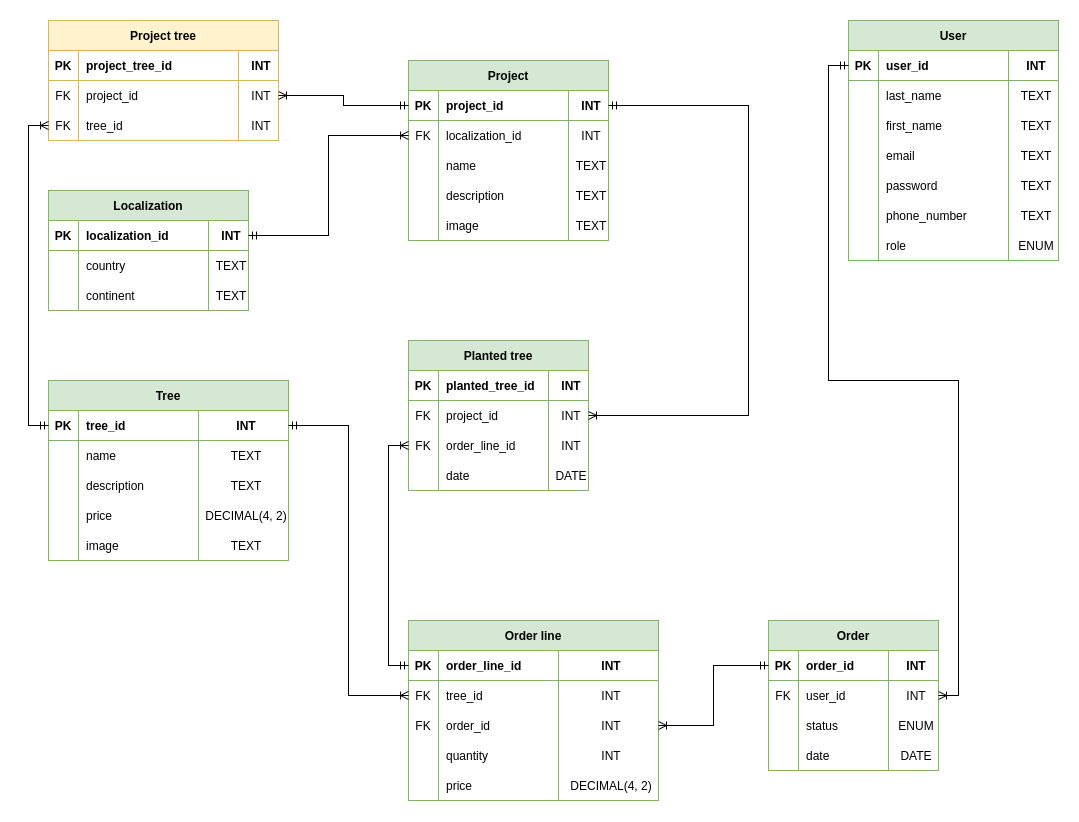
The draw.io diagram conception/data_models/documents/ERD.png in ChloeGarciaMillerand/GreenRoots_Freyja, before a commit. Source tidied: cells renumbered, new cells last; positions are measured from the earlier drawing's top-left corner, leaving out a move shared by most shapes.
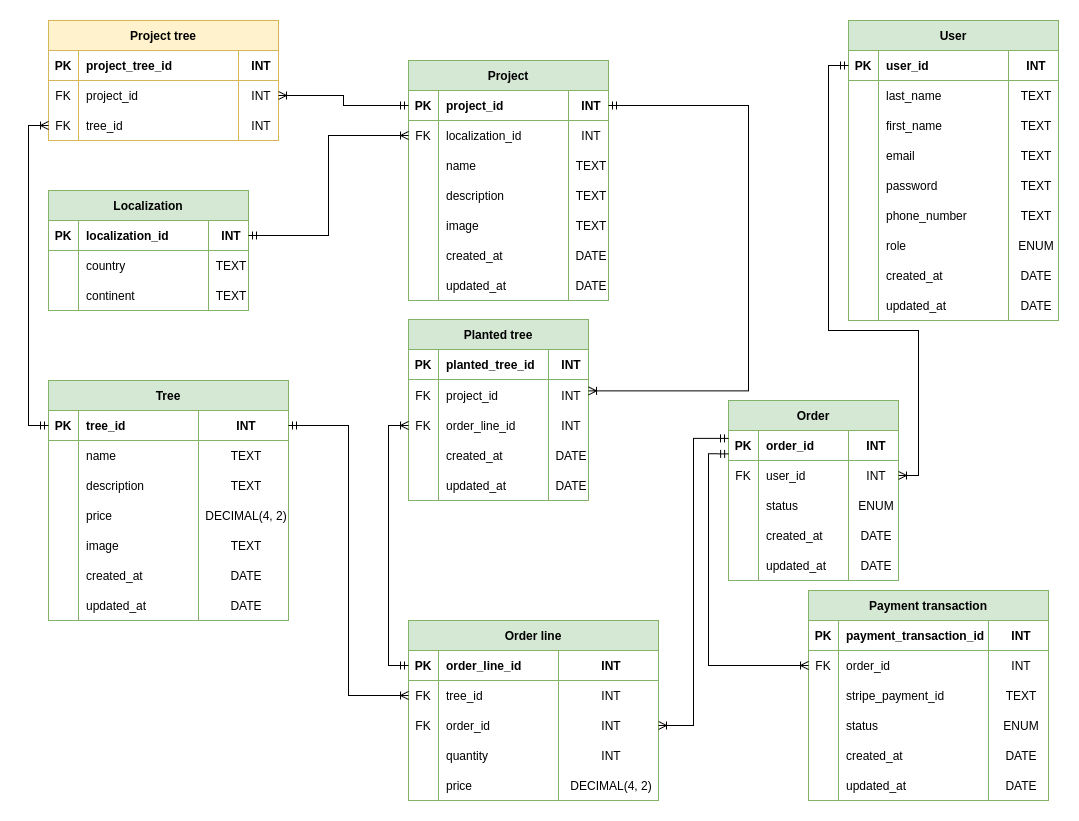
Above is the later version.

Commit message:
docs: add payment transaction table and dates in ERD

What changed in the source:
```diff
@@ -5,3 +5,3 @@
     <mxCell id="2" value="Project" style="shape=table;startSize=30;rowLines=0;fontStyle=1;align=center;fillColor=#d5e8d4;strokeColor=#82b366;" parent="1" vertex="1">
-      <mxGeometry x="360" y="40" width="200" height="180" as="geometry" />
+      <mxGeometry x="360" y="40" width="200" height="240" as="geometry" />
     </mxCell>
@@ -67,4 +67,28 @@
     </mxCell>
+    <mxCell id="162" style="shape=partialRectangle;fillColor=none;top=0;left=0;right=0;bottom=0;" parent="2" vertex="1">
+      <mxGeometry y="180" width="200" height="30" as="geometry" />
+    </mxCell>
+    <mxCell id="163" style="shape=partialRectangle;overflow=hidden;fillColor=none;top=0;left=0;bottom=0;right=0;" parent="162" vertex="1">
+      <mxGeometry width="30" height="30" as="geometry" />
+    </mxCell>
+    <mxCell id="164" value="created_at" style="shape=partialRectangle;overflow=hidden;fillColor=none;top=0;left=0;bottom=0;right=0;align=left;spacingLeft=6;" parent="162" vertex="1">
+      <mxGeometry x="30" width="130" height="30" as="geometry" />
+    </mxCell>
+    <mxCell id="165" value="DATE" style="shape=partialRectangle;overflow=hidden;fillColor=none;top=0;left=0;bottom=0;right=0;align=center;spacingLeft=6;" parent="162" vertex="1">
+      <mxGeometry x="160" width="40" height="30" as="geometry" />
+    </mxCell>
+    <mxCell id="166" style="shape=partialRectangle;fillColor=none;top=0;left=0;right=0;bottom=0;" parent="2" vertex="1">
+      <mxGeometry y="210" width="200" height="30" as="geometry" />
+    </mxCell>
+    <mxCell id="167" style="shape=partialRectangle;overflow=hidden;fillColor=none;top=0;left=0;bottom=0;right=0;" parent="166" vertex="1">
+      <mxGeometry width="30" height="30" as="geometry" />
+    </mxCell>
+    <mxCell id="168" value="updated_at" style="shape=partialRectangle;overflow=hidden;fillColor=none;top=0;left=0;bottom=0;right=0;align=left;spacingLeft=6;" parent="166" vertex="1">
+      <mxGeometry x="30" width="130" height="30" as="geometry" />
+    </mxCell>
+    <mxCell id="169" value="DATE" style="shape=partialRectangle;overflow=hidden;fillColor=none;top=0;left=0;bottom=0;right=0;align=center;spacingLeft=6;" parent="166" vertex="1">
+      <mxGeometry x="160" width="40" height="30" as="geometry" />
+    </mxCell>
     <mxCell id="23" value="Planted tree" style="shape=table;startSize=30;rowLines=0;fontStyle=1;align=center;fillColor=#d5e8d4;strokeColor=#82b366;" parent="1" vertex="1">
-      <mxGeometry x="360" y="320" width="180" height="150" as="geometry" />
+      <mxGeometry x="360" y="299" width="180" height="181" as="geometry" />
     </mxCell>
@@ -83,15 +107,15 @@
     <mxCell id="28" style="shape=partialRectangle;fillColor=none;points=[[0,0.5],[1,0.5]];portConstraint=eastwest;top=0;left=0;right=0;bottom=0;" parent="23" vertex="1">
-      <mxGeometry y="60" width="180" height="30" as="geometry" />
+      <mxGeometry y="60" width="180" height="31" as="geometry" />
     </mxCell>
     <mxCell id="29" value="FK" style="shape=partialRectangle;overflow=hidden;fillColor=none;top=0;left=0;bottom=0;right=0;" parent="28" vertex="1">
-      <mxGeometry width="30" height="30" as="geometry" />
+      <mxGeometry width="30" height="31" as="geometry" />
     </mxCell>
     <mxCell id="30" value="project_id" style="shape=partialRectangle;overflow=hidden;fillColor=none;top=0;left=0;bottom=0;right=0;align=left;spacingLeft=6;" parent="28" vertex="1">
-      <mxGeometry x="30" width="110" height="30" as="geometry" />
+      <mxGeometry x="30" width="110" height="31" as="geometry" />
     </mxCell>
     <mxCell id="31" value="INT" style="shape=partialRectangle;overflow=hidden;fillColor=none;top=0;left=0;bottom=0;right=0;align=center;spacingLeft=6;" parent="28" vertex="1">
-      <mxGeometry x="140" width="40" height="30" as="geometry" />
+      <mxGeometry x="140" width="40" height="31" as="geometry" />
     </mxCell>
     <mxCell id="32" style="shape=partialRectangle;fillColor=none;points=[[0,0.5],[1,0.5]];portConstraint=eastwest;top=0;left=0;right=0;bottom=0;" parent="23" vertex="1">
-      <mxGeometry y="90" width="180" height="30" as="geometry" />
+      <mxGeometry y="91" width="180" height="30" as="geometry" />
     </mxCell>
@@ -107,3 +131,3 @@
     <mxCell id="36" style="shape=partialRectangle;fillColor=none;top=0;left=0;right=0;bottom=0;" parent="23" vertex="1">
-      <mxGeometry y="120" width="180" height="30" as="geometry" />
+      <mxGeometry y="121" width="180" height="30" as="geometry" />
     </mxCell>
@@ -112,3 +136,3 @@
     </mxCell>
-    <mxCell id="38" value="date" style="shape=partialRectangle;overflow=hidden;fillColor=none;top=0;left=0;bottom=0;right=0;align=left;spacingLeft=6;" parent="36" vertex="1">
+    <mxCell id="38" value="created_at" style="shape=partialRectangle;overflow=hidden;fillColor=none;top=0;left=0;bottom=0;right=0;align=left;spacingLeft=6;" parent="36" vertex="1">
       <mxGeometry x="30" width="110" height="30" as="geometry" />
@@ -118,4 +142,16 @@
     </mxCell>
+    <mxCell id="170" style="shape=partialRectangle;fillColor=none;top=0;left=0;right=0;bottom=0;" parent="23" vertex="1">
+      <mxGeometry y="151" width="180" height="30" as="geometry" />
+    </mxCell>
+    <mxCell id="171" style="shape=partialRectangle;overflow=hidden;fillColor=none;top=0;left=0;bottom=0;right=0;" parent="170" vertex="1">
+      <mxGeometry width="30" height="30" as="geometry" />
+    </mxCell>
+    <mxCell id="172" value="updated_at" style="shape=partialRectangle;overflow=hidden;fillColor=none;top=0;left=0;bottom=0;right=0;align=left;spacingLeft=6;" parent="170" vertex="1">
+      <mxGeometry x="30" width="110" height="30" as="geometry" />
+    </mxCell>
+    <mxCell id="173" value="DATE" style="shape=partialRectangle;overflow=hidden;fillColor=none;top=0;left=0;bottom=0;right=0;align=center;spacingLeft=6;" parent="170" vertex="1">
+      <mxGeometry x="140" width="40" height="30" as="geometry" />
+    </mxCell>
     <mxCell id="40" value="Tree" style="shape=table;startSize=30;rowLines=0;fontStyle=1;align=center;fillColor=#d5e8d4;strokeColor=#82b366;" parent="1" vertex="1">
-      <mxGeometry y="360" width="240" height="180" as="geometry" />
+      <mxGeometry y="360" width="240" height="240" as="geometry" />
     </mxCell>
@@ -181,2 +217,26 @@
     </mxCell>
+    <mxCell id="174" style="shape=partialRectangle;fillColor=none;top=0;left=0;right=0;bottom=0;" parent="40" vertex="1">
+      <mxGeometry y="180" width="240" height="30" as="geometry" />
+    </mxCell>
+    <mxCell id="175" style="shape=partialRectangle;overflow=hidden;fillColor=none;top=0;left=0;bottom=0;right=0;" parent="174" vertex="1">
+      <mxGeometry width="30" height="30" as="geometry" />
+    </mxCell>
+    <mxCell id="176" value="created_at" style="shape=partialRectangle;overflow=hidden;fillColor=none;top=0;left=0;bottom=0;right=0;align=left;spacingLeft=6;" parent="174" vertex="1">
+      <mxGeometry x="30" width="120" height="30" as="geometry" />
+    </mxCell>
+    <mxCell id="177" value="DATE" style="shape=partialRectangle;overflow=hidden;fillColor=none;top=0;left=0;bottom=0;right=0;align=center;spacingLeft=6;" parent="174" vertex="1">
+      <mxGeometry x="150" width="90" height="30" as="geometry" />
+    </mxCell>
+    <mxCell id="178" style="shape=partialRectangle;fillColor=none;top=0;left=0;right=0;bottom=0;" parent="40" vertex="1">
+      <mxGeometry y="210" width="240" height="30" as="geometry" />
+    </mxCell>
+    <mxCell id="179" style="shape=partialRectangle;overflow=hidden;fillColor=none;top=0;left=0;bottom=0;right=0;" parent="178" vertex="1">
+      <mxGeometry width="30" height="30" as="geometry" />
+    </mxCell>
+    <mxCell id="180" value="updated_at" style="shape=partialRectangle;overflow=hidden;fillColor=none;top=0;left=0;bottom=0;right=0;align=left;spacingLeft=6;" parent="178" vertex="1">
+      <mxGeometry x="30" width="120" height="30" as="geometry" />
+    </mxCell>
+    <mxCell id="181" value="DATE" style="shape=partialRectangle;overflow=hidden;fillColor=none;top=0;left=0;bottom=0;right=0;align=center;spacingLeft=6;" parent="178" vertex="1">
+      <mxGeometry x="150" width="90" height="30" as="geometry" />
+    </mxCell>
     <mxCell id="61" value="Order line" style="shape=table;startSize=30;rowLines=0;fontStyle=1;align=center;fillColor=#d5e8d4;strokeColor=#82b366;" parent="1" vertex="1">
@@ -245,3 +305,3 @@
     <mxCell id="82" value="Order" style="shape=table;startSize=30;rowLines=0;fontStyle=1;align=center;fillColor=#d5e8d4;strokeColor=#82b366;" parent="1" vertex="1">
-      <mxGeometry x="720" y="600" width="170" height="150" as="geometry" />
+      <mxGeometry x="680" y="380" width="170" height="180" as="geometry" />
     </mxCell>
@@ -289,3 +349,3 @@
     </mxCell>
-    <mxCell id="97" value="date" style="shape=partialRectangle;overflow=hidden;fillColor=none;top=0;left=0;bottom=0;right=0;align=left;spacingLeft=6;" parent="95" vertex="1">
+    <mxCell id="97" value="created_at" style="shape=partialRectangle;overflow=hidden;fillColor=none;top=0;left=0;bottom=0;right=0;align=left;spacingLeft=6;" parent="95" vertex="1">
       <mxGeometry x="30" width="90" height="30" as="geometry" />
@@ -295,2 +355,14 @@
     </mxCell>
+    <mxCell id="182" style="shape=partialRectangle;fillColor=none;top=0;left=0;right=0;bottom=0;" parent="82" vertex="1">
+      <mxGeometry y="150" width="170" height="30" as="geometry" />
+    </mxCell>
+    <mxCell id="183" style="shape=partialRectangle;overflow=hidden;fillColor=none;top=0;left=0;bottom=0;right=0;" parent="182" vertex="1">
+      <mxGeometry width="30" height="30" as="geometry" />
+    </mxCell>
+    <mxCell id="184" value="updated_at" style="shape=partialRectangle;overflow=hidden;fillColor=none;top=0;left=0;bottom=0;right=0;align=left;spacingLeft=6;" parent="182" vertex="1">
+      <mxGeometry x="30" width="90" height="30" as="geometry" />
+    </mxCell>
+    <mxCell id="185" value="DATE" style="shape=partialRectangle;overflow=hidden;fillColor=none;top=0;left=0;bottom=0;right=0;align=center;spacingLeft=6;" parent="182" vertex="1">
+      <mxGeometry x="120" width="50" height="30" as="geometry" />
+    </mxCell>
     <mxCell id="99" value="Localization" style="shape=table;startSize=30;rowLines=0;fontStyle=1;align=center;fillColor=#d5e8d4;strokeColor=#82b366;" parent="1" vertex="1">
@@ -335,3 +407,3 @@
     <mxCell id="112" value="User" style="shape=table;startSize=30;rowLines=0;fontStyle=1;align=center;fillColor=#d5e8d4;strokeColor=#82b366;" parent="1" vertex="1">
-      <mxGeometry x="800" width="210" height="240" as="geometry" />
+      <mxGeometry x="800" width="210" height="300" as="geometry" />
     </mxCell>
@@ -421,2 +493,26 @@
     </mxCell>
+    <mxCell id="186" style="shape=partialRectangle;fillColor=none;top=0;left=0;right=0;bottom=0;" parent="112" vertex="1">
+      <mxGeometry y="240" width="210" height="30" as="geometry" />
+    </mxCell>
+    <mxCell id="187" style="shape=partialRectangle;overflow=hidden;fillColor=none;top=0;left=0;bottom=0;right=0;" parent="186" vertex="1">
+      <mxGeometry width="30" height="30" as="geometry" />
+    </mxCell>
+    <mxCell id="188" value="created_at" style="shape=partialRectangle;overflow=hidden;fillColor=none;top=0;left=0;bottom=0;right=0;align=left;spacingLeft=6;" parent="186" vertex="1">
+      <mxGeometry x="30" width="130" height="30" as="geometry" />
+    </mxCell>
+    <mxCell id="189" value="DATE" style="shape=partialRectangle;overflow=hidden;fillColor=none;top=0;left=0;bottom=0;right=0;align=center;spacingLeft=6;" parent="186" vertex="1">
+      <mxGeometry x="160" width="50" height="30" as="geometry" />
+    </mxCell>
+    <mxCell id="190" style="shape=partialRectangle;fillColor=none;top=0;left=0;right=0;bottom=0;" parent="112" vertex="1">
+      <mxGeometry y="270" width="210" height="30" as="geometry" />
+    </mxCell>
+    <mxCell id="191" style="shape=partialRectangle;overflow=hidden;fillColor=none;top=0;left=0;bottom=0;right=0;" parent="190" vertex="1">
+      <mxGeometry width="30" height="30" as="geometry" />
+    </mxCell>
+    <mxCell id="192" value="updated_at" style="shape=partialRectangle;overflow=hidden;fillColor=none;top=0;left=0;bottom=0;right=0;align=left;spacingLeft=6;" parent="190" vertex="1">
+      <mxGeometry x="30" width="130" height="30" as="geometry" />
+    </mxCell>
+    <mxCell id="193" value="DATE" style="shape=partialRectangle;overflow=hidden;fillColor=none;top=0;left=0;bottom=0;right=0;align=center;spacingLeft=6;" parent="190" vertex="1">
+      <mxGeometry x="160" width="50" height="30" as="geometry" />
+    </mxCell>
     <mxCell id="141" value="Project tree" style="shape=table;startSize=30;rowLines=0;fontStyle=1;align=center;fillColor=#fff2cc;strokeColor=#d6b656;" parent="1" vertex="1">
@@ -466,3 +562,3 @@
     </mxCell>
-    <mxCell id="156" style="edgeStyle=orthogonalEdgeStyle;rounded=0;jettySize=auto;html=1;exitX=1;exitY=0.5;exitDx=0;exitDy=0;entryX=1;entryY=0.5;entryDx=0;entryDy=0;endArrow=ERoneToMany;endFill=0;startArrow=ERmandOne;startFill=0;" parent="1" edge="1" source="3" target="28">
+    <mxCell id="156" style="edgeStyle=orthogonalEdgeStyle;rounded=0;jettySize=auto;html=1;exitX=1;exitY=0.5;exitDx=0;exitDy=0;endArrow=ERoneToMany;endFill=0;startArrow=ERmandOne;startFill=0;entryX=1;entryY=0.367;entryDx=0;entryDy=0;entryPerimeter=0;" parent="1" edge="1" source="3" target="28">
       <mxGeometry relative="1" as="geometry">
@@ -470,3 +566,3 @@
           <mxPoint x="700" y="85" />
-          <mxPoint x="700" y="395" />
+          <mxPoint x="700" y="370" />
         </Array>
@@ -474,3 +570,3 @@
     </mxCell>
-    <mxCell id="157" style="edgeStyle=orthogonalEdgeStyle;rounded=0;jettySize=auto;html=1;exitX=0;exitY=0.5;exitDx=0;exitDy=0;entryX=1;entryY=0.5;entryDx=0;entryDy=0;endArrow=ERoneToMany;endFill=0;startArrow=ERmandOne;startFill=0;" parent="1" edge="1" source="83" target="70">
+    <mxCell id="157" style="edgeStyle=orthogonalEdgeStyle;rounded=0;jettySize=auto;html=1;exitX=0;exitY=0.262;exitDx=0;exitDy=0;entryX=1;entryY=0.5;entryDx=0;entryDy=0;endArrow=ERoneToMany;endFill=0;startArrow=ERmandOne;startFill=0;exitPerimeter=0;" parent="1" edge="1" source="83" target="70">
       <mxGeometry relative="1" as="geometry" />
@@ -487,4 +583,89 @@
     <mxCell id="161" style="edgeStyle=orthogonalEdgeStyle;rounded=0;jettySize=auto;html=1;exitX=0;exitY=0.5;exitDx=0;exitDy=0;entryX=1;entryY=0.5;entryDx=0;entryDy=0;endArrow=ERoneToMany;endFill=0;startArrow=ERmandOne;startFill=0;" parent="1" edge="1" source="113" target="87">
-      <mxGeometry relative="1" as="geometry" />
+      <mxGeometry relative="1" as="geometry">
+        <Array as="points">
+          <mxPoint x="780" y="45" />
+          <mxPoint x="780" y="310" />
+          <mxPoint x="870" y="310" />
+          <mxPoint x="870" y="455" />
+        </Array>
+      </mxGeometry>
     </mxCell>
+    <mxCell id="194" value="Payment transaction" style="shape=table;startSize=30;rowLines=0;fontStyle=1;align=center;fillColor=#d5e8d4;strokeColor=#82b366;" parent="1" vertex="1">
+      <mxGeometry x="760" y="570" width="240" height="210" as="geometry" />
+    </mxCell>
+    <mxCell id="195" style="shape=partialRectangle;fillColor=none;top=0;left=0;right=0;bottom=1;strokeColor=#82B366;" parent="194" vertex="1">
+      <mxGeometry y="30" width="240" height="30" as="geometry" />
+    </mxCell>
+    <mxCell id="196" value="PK" style="shape=partialRectangle;overflow=hidden;fillColor=none;top=0;left=0;bottom=0;right=0;fontStyle=1;" parent="195" vertex="1">
+      <mxGeometry width="30" height="30" as="geometry" />
+    </mxCell>
+    <mxCell id="197" value="payment_transaction_id" style="shape=partialRectangle;overflow=hidden;fillColor=none;top=0;left=0;bottom=0;right=0;align=left;spacingLeft=6;fontStyle=1;" parent="195" vertex="1">
+      <mxGeometry x="30" width="150" height="30" as="geometry" />
+    </mxCell>
+    <mxCell id="198" value="INT" style="shape=partialRectangle;overflow=hidden;fillColor=none;top=0;left=0;bottom=0;right=0;align=center;spacingLeft=6;fontStyle=1;" parent="195" vertex="1">
+      <mxGeometry x="180" width="60" height="30" as="geometry" />
+    </mxCell>
+    <mxCell id="199" style="shape=partialRectangle;fillColor=none;points=[[0,0.5],[1,0.5]];portConstraint=eastwest;top=0;left=0;right=0;bottom=0;" parent="194" vertex="1">
+      <mxGeometry y="60" width="240" height="30" as="geometry" />
+    </mxCell>
+    <mxCell id="200" value="FK" style="shape=partialRectangle;overflow=hidden;fillColor=none;top=0;left=0;bottom=0;right=0;" parent="199" vertex="1">
+      <mxGeometry width="30" height="30" as="geometry" />
+    </mxCell>
+    <mxCell id="201" value="order_id" style="shape=partialRectangle;overflow=hidden;fillColor=none;top=0;left=0;bottom=0;right=0;align=left;spacingLeft=6;" parent="199" vertex="1">
+      <mxGeometry x="30" width="150" height="30" as="geometry" />
+    </mxCell>
+    <mxCell id="202" value="INT" style="shape=partialRectangle;overflow=hidden;fillColor=none;top=0;left=0;bottom=0;right=0;align=center;spacingLeft=6;" parent="199" vertex="1">
+      <mxGeometry x="180" width="60" height="30" as="geometry" />
+    </mxCell>
+    <mxCell id="203" style="shape=partialRectangle;fillColor=none;top=0;left=0;right=0;bottom=0;" parent="194" vertex="1">
+      <mxGeometry y="90" width="240" height="30" as="geometry" />
+    </mxCell>
+    <mxCell id="204" style="shape=partialRectangle;overflow=hidden;fillColor=none;top=0;left=0;bottom=0;right=0;" parent="203" vertex="1">
+      <mxGeometry width="30" height="30" as="geometry" />
+    </mxCell>
+    <mxCell id="205" value="stripe_payment_id" style="shape=partialRectangle;overflow=hidden;fillColor=none;top=0;left=0;bottom=0;right=0;align=left;spacingLeft=6;" parent="203" vertex="1">
+      <mxGeometry x="30" width="150" height="30" as="geometry" />
+    </mxCell>
+    <mxCell id="206" value="TEXT" style="shape=partialRectangle;overflow=hidden;fillColor=none;top=0;left=0;bottom=0;right=0;align=center;spacingLeft=6;" parent="203" vertex="1">
+      <mxGeometry x="180" width="60" height="30" as="geometry" />
+    </mxCell>
+    <mxCell id="207" style="shape=partialRectangle;fillColor=none;top=0;left=0;right=0;bottom=0;" parent="194" vertex="1">
+      <mxGeometry y="120" width="240" height="30" as="geometry" />
+    </mxCell>
+    <mxCell id="208" style="shape=partialRectangle;overflow=hidden;fillColor=none;top=0;left=0;bottom=0;right=0;" parent="207" vertex="1">
+      <mxGeometry width="30" height="30" as="geometry" />
+    </mxCell>
+    <mxCell id="209" value="status" style="shape=partialRectangle;overflow=hidden;fillColor=none;top=0;left=0;bottom=0;right=0;align=left;spacingLeft=6;" parent="207" vertex="1">
+      <mxGeometry x="30" width="150" height="30" as="geometry" />
+    </mxCell>
+    <mxCell id="210" value="ENUM" style="shape=partialRectangle;overflow=hidden;fillColor=none;top=0;left=0;bottom=0;right=0;align=center;spacingLeft=6;" parent="207" vertex="1">
+      <mxGeometry x="180" width="60" height="30" as="geometry" />
+    </mxCell>
+    <mxCell id="211" style="shape=partialRectangle;fillColor=none;top=0;left=0;right=0;bottom=0;" parent="194" vertex="1">
+      <mxGeometry y="150" width="240" height="30" as="geometry" />
+    </mxCell>
+    <mxCell id="212" style="shape=partialRectangle;overflow=hidden;fillColor=none;top=0;left=0;bottom=0;right=0;" parent="211" vertex="1">
+      <mxGeometry width="30" height="30" as="geometry" />
+    </mxCell>
+    <mxCell id="213" value="created_at" style="shape=partialRectangle;overflow=hidden;fillColor=none;top=0;left=0;bottom=0;right=0;align=left;spacingLeft=6;" parent="211" vertex="1">
+      <mxGeometry x="30" width="150" height="30" as="geometry" />
+    </mxCell>
+    <mxCell id="214" value="DATE" style="shape=partialRectangle;overflow=hidden;fillColor=none;top=0;left=0;bottom=0;right=0;align=center;spacingLeft=6;" parent="211" vertex="1">
+      <mxGeometry x="180" width="60" height="30" as="geometry" />
+    </mxCell>
+    <mxCell id="215" style="shape=partialRectangle;fillColor=none;top=0;left=0;right=0;bottom=0;" parent="194" vertex="1">
+      <mxGeometry y="180" width="240" height="30" as="geometry" />
+    </mxCell>
+    <mxCell id="216" style="shape=partialRectangle;overflow=hidden;fillColor=none;top=0;left=0;bottom=0;right=0;" parent="215" vertex="1">
+      <mxGeometry width="30" height="30" as="geometry" />
+    </mxCell>
+    <mxCell id="217" value="updated_at" style="shape=partialRectangle;overflow=hidden;fillColor=none;top=0;left=0;bottom=0;right=0;align=left;spacingLeft=6;" parent="215" vertex="1">
+      <mxGeometry x="30" width="150" height="30" as="geometry" />
+    </mxCell>
+    <mxCell id="218" value="DATE" style="shape=partialRectangle;overflow=hidden;fillColor=none;top=0;left=0;bottom=0;right=0;align=center;spacingLeft=6;" parent="215" vertex="1">
+      <mxGeometry x="180" width="60" height="30" as="geometry" />
+    </mxCell>
+    <mxCell id="219" style="edgeStyle=orthogonalEdgeStyle;rounded=0;jettySize=auto;html=1;exitX=0.001;exitY=0.778;exitDx=0;exitDy=0;entryX=0;entryY=0.5;entryDx=0;entryDy=0;startArrow=ERmandOne;startFill=0;endArrow=ERoneToMany;endFill=0;exitPerimeter=0;" parent="1" edge="1" source="83" target="199">
+      <mxGeometry relative="1" as="geometry" />
+    </mxCell>
   </root>
```
